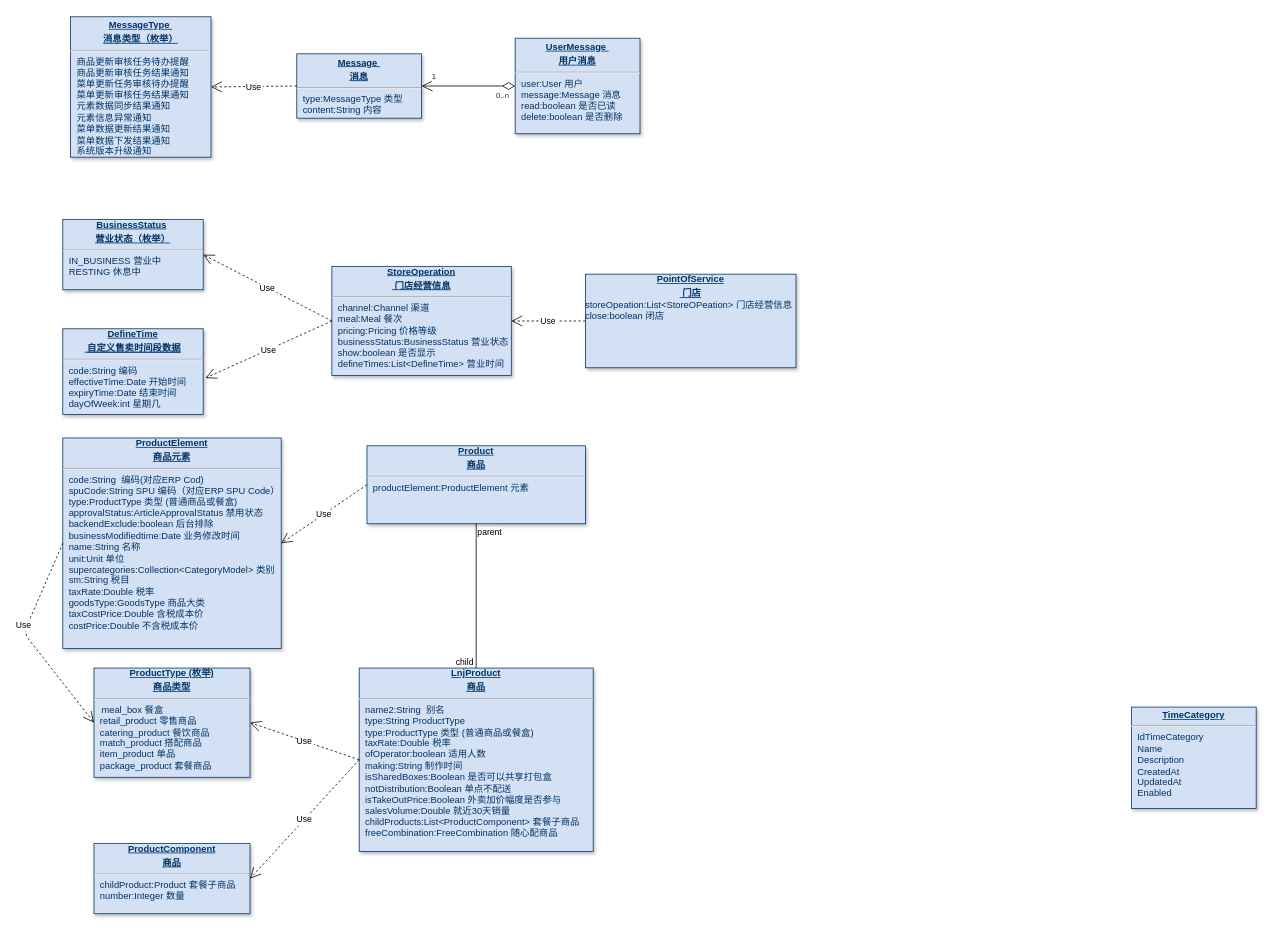
The draw.io diagram 老娘舅_DB.drawio in rockywade/draw, before the edit. Source tidied: cells renumbered, new cells numbered last; positions are measured from the earlier drawing's top-left corner, leaving out a move shared by most shapes. Both pictures are drawn from the tidied source at 78%, with x=0, y=0 at pixel (23, 16).
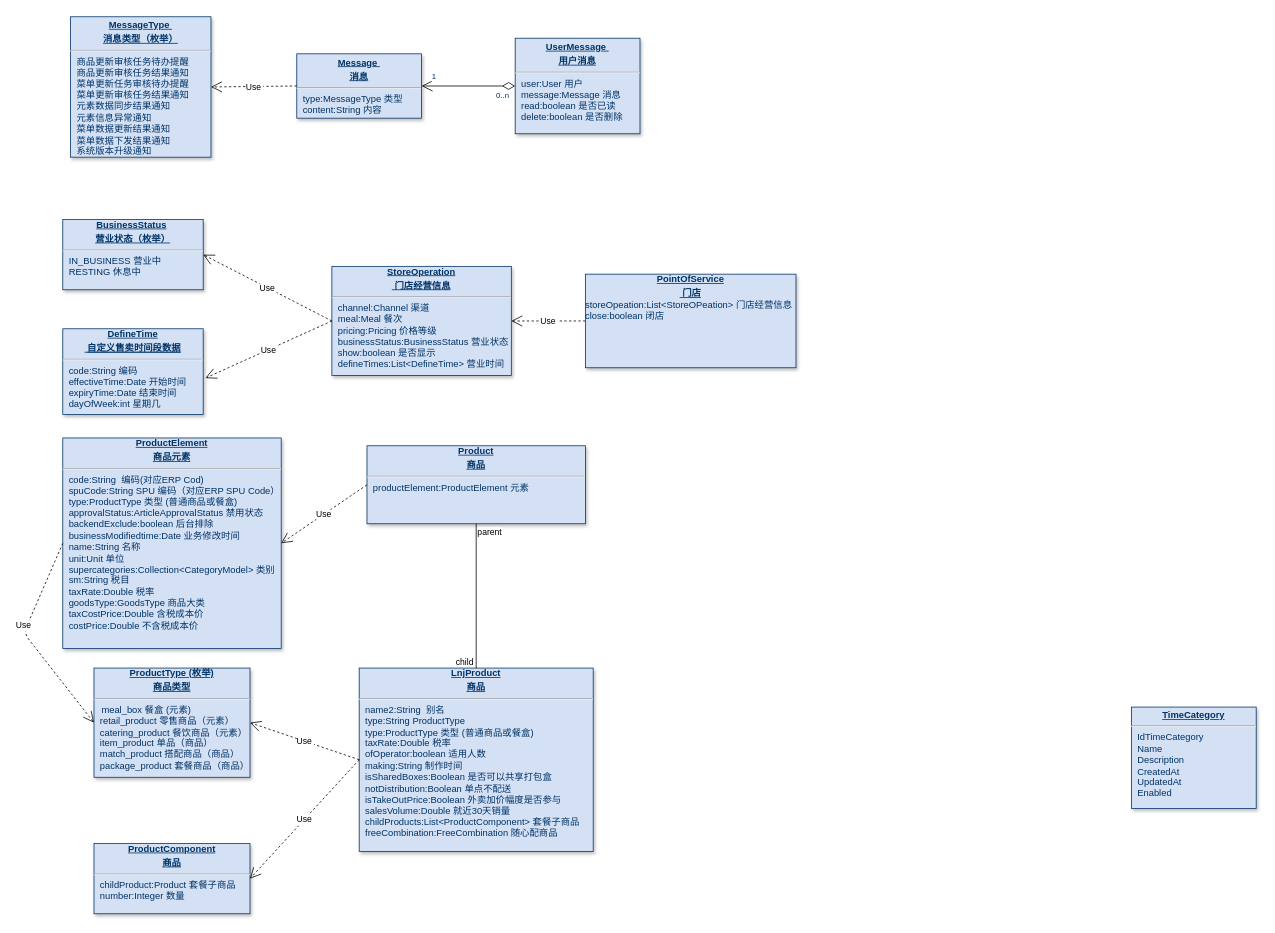
After the change.

What changed in the source:
```diff
@@
-    <mxCell id="26" value="&lt;div style=&quot;text-align: center&quot;&gt;&lt;b&gt;&lt;u&gt;ProductType (枚举)&lt;/u&gt;&lt;/b&gt;&lt;/div&gt;&lt;p style=&quot;margin: 0px ; margin-top: 4px ; text-align: center ; text-decoration: underline&quot;&gt;&lt;b&gt;商品类型&lt;/b&gt;&lt;/p&gt;&lt;hr&gt;&amp;nbsp; &amp;nbsp;meal_box 餐盒&lt;p style=&quot;margin: 0px ; margin-left: 8px&quot;&gt;&lt;span&gt;retail_product 零售商品&lt;/span&gt;&lt;br&gt;&lt;/p&gt;&lt;p style=&quot;margin: 0px ; margin-left: 8px&quot;&gt;catering_product 餐饮商品&lt;br&gt;&lt;/p&gt;&lt;p style=&quot;margin: 0px ; margin-left: 8px&quot;&gt;match_product 搭配商品&lt;/p&gt;&lt;p style=&quot;margin: 0px ; margin-left: 8px&quot;&gt;item_product 单品&lt;/p&gt;&lt;p style=&quot;margin: 0px 0px 0px 8px&quot;&gt;package_product&amp;nbsp;套餐商品&lt;br&gt;&lt;/p&gt;&lt;div&gt;&lt;br&gt;&lt;/div&gt;&lt;p style=&quot;margin: 0px ; margin-left: 8px&quot;&gt;&lt;br&gt;&lt;/p&gt;&lt;p style=&quot;margin: 0px ; margin-left: 8px&quot;&gt;&lt;br&gt;&lt;/p&gt;" style="verticalAlign=top;align=left;overflow=fill;fontSize=12;fontFamily=Helvetica;html=1;strokeColor=#003366;shadow=1;fillColor=#D4E1F5;fontColor=#003366;" parent="1" vertex="1">
+    <mxCell id="26" value="&lt;div style=&quot;text-align: center&quot;&gt;&lt;b&gt;&lt;u&gt;ProductType (枚举)&lt;/u&gt;&lt;/b&gt;&lt;/div&gt;&lt;p style=&quot;margin: 0px ; margin-top: 4px ; text-align: center ; text-decoration: underline&quot;&gt;&lt;b&gt;商品类型&lt;/b&gt;&lt;/p&gt;&lt;hr&gt;&amp;nbsp; &amp;nbsp;meal_box 餐盒 (元素)&lt;p style=&quot;margin: 0px ; margin-left: 8px&quot;&gt;&lt;span&gt;retail_product 零售商品（元素）&lt;/span&gt;&lt;/p&gt;&lt;p style=&quot;margin: 0px ; margin-left: 8px&quot;&gt;catering_product 餐饮商品（元素）&lt;br&gt;&lt;/p&gt;&lt;p style=&quot;margin: 0px ; margin-left: 8px&quot;&gt;item_product 单品（商品）&lt;br&gt;&lt;/p&gt;&lt;p style=&quot;margin: 0px ; margin-left: 8px&quot;&gt;match_product 搭配商品（商品）&lt;/p&gt;&lt;p style=&quot;margin: 0px 0px 0px 8px&quot;&gt;package_product&amp;nbsp;套餐商品（商品）&lt;br&gt;&lt;/p&gt;&lt;div&gt;&lt;br&gt;&lt;/div&gt;&lt;p style=&quot;margin: 0px ; margin-left: 8px&quot;&gt;&lt;br&gt;&lt;/p&gt;&lt;p style=&quot;margin: 0px ; margin-left: 8px&quot;&gt;&lt;br&gt;&lt;/p&gt;" style="verticalAlign=top;align=left;overflow=fill;fontSize=12;fontFamily=Helvetica;html=1;strokeColor=#003366;shadow=1;fillColor=#D4E1F5;fontColor=#003366;" parent="1" vertex="1">
       <mxGeometry x="90" y="835" width="200" height="140" as="geometry" />
     </mxCell>
```
